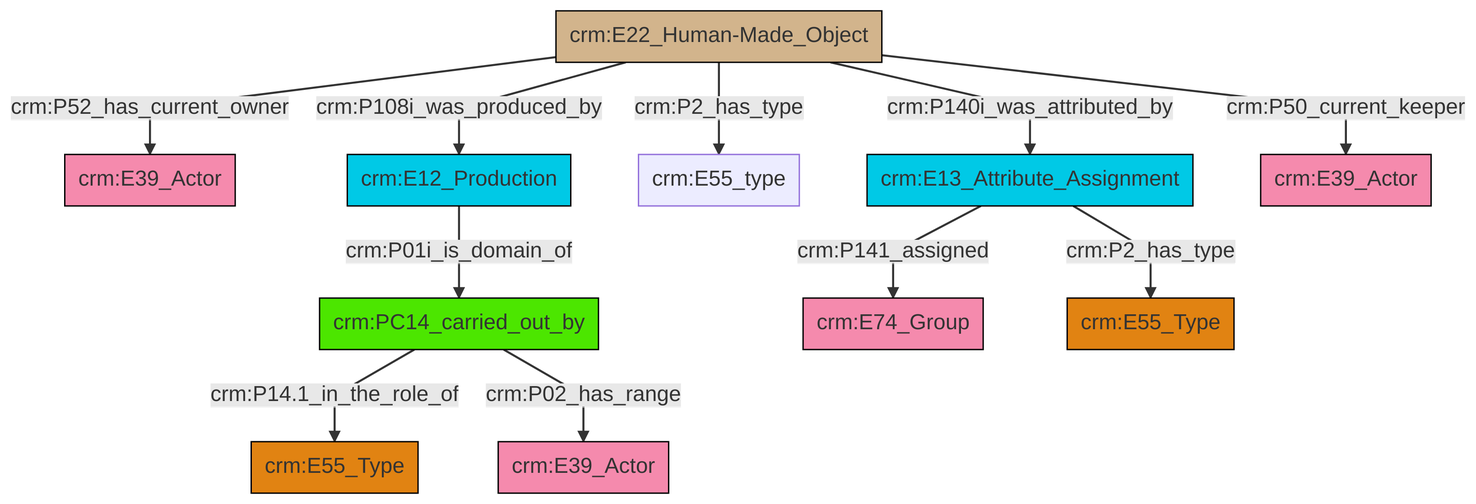
This is et/artworkCSV/ttl/mmd/png/Artwork_Actor_Relations.png from swiss-art-research-net/docs.swissartresearch, a Mermaid export, as it was before one commit. Its source is kept beside it as et/artworkCSV/ttl/mmd/Artwork_Actor_Relations.ttl.mmd.
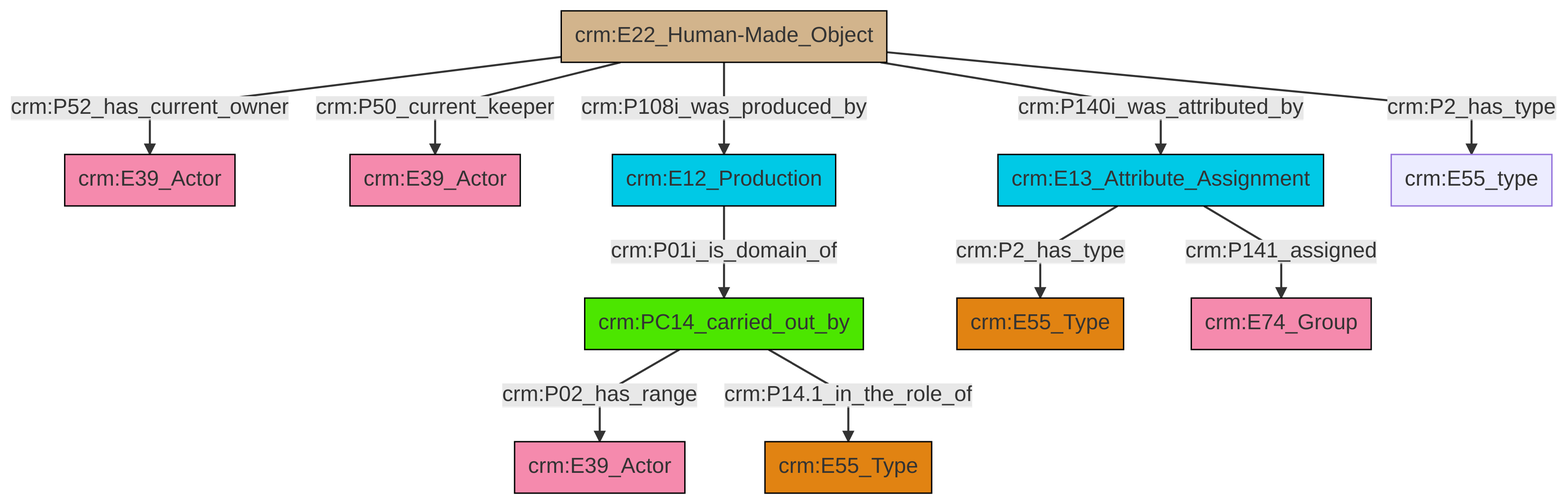
The same diagram one commit later.

What changed in the source:
```diff
@@ -13,13 +13,13 @@
 classDef PC_Classes fill:#4ce600, stroke:#000000;
 classDef Multi fill:#cccccc,stroke:#000000;
 
-10["crm:E13_Attribute_Assignment"]:::Temporal_Entity -->|crm:P2_has_type| 11["crm:E55_Type"]:::Type
-2["crm:PC14_carried_out_by"]:::PC_Classes -->|crm:P14.1_in_the_role_of| 8["crm:E55_Type"]:::Type
-0["crm:E22_Human-Made_Object"]:::Physical_Thing -->|crm:P140i_was_attributed_by| 10["crm:E13_Attribute_Assignment"]:::Temporal_Entity
-0["crm:E22_Human-Made_Object"]:::Physical_Thing -->|crm:P52_has_current_owner| 4["crm:E39_Actor"]:::Actor
-0["crm:E22_Human-Made_Object"]:::Physical_Thing -->|crm:P50_current_keeper| 20["crm:E39_Actor"]:::Actor
-2["crm:PC14_carried_out_by"]:::PC_Classes -->|crm:P02_has_range| 15["crm:E39_Actor"]:::Actor
-0["crm:E22_Human-Made_Object"]:::Physical_Thing -->|crm:P2_has_type| 12["crm:E55_type"]:::Default
-17["crm:E12_Production"]:::Temporal_Entity -->|crm:P01i_is_domain_of| 2["crm:PC14_carried_out_by"]:::PC_Classes
-0["crm:E22_Human-Made_Object"]:::Physical_Thing -->|crm:P108i_was_produced_by| 17["crm:E12_Production"]:::Temporal_Entity
-10["crm:E13_Attribute_Assignment"]:::Temporal_Entity -->|crm:P141_assigned| 6["crm:E74_Group"]:::Actor
+2["crm:E22_Human-Made_Object"]:::Physical_Thing -->|crm:P52_has_current_owner| 3["crm:E39_Actor"]:::Actor
+6["crm:PC14_carried_out_by"]:::PC_Classes -->|crm:P02_has_range| 7["crm:E39_Actor"]:::Actor
+2["crm:E22_Human-Made_Object"]:::Physical_Thing -->|crm:P50_current_keeper| 4["crm:E39_Actor"]:::Actor
+2["crm:E22_Human-Made_Object"]:::Physical_Thing -->|crm:P140i_was_attributed_by| 13["crm:E13_Attribute_Assignment"]:::Temporal_Entity
+13["crm:E13_Attribute_Assignment"]:::Temporal_Entity -->|crm:P2_has_type| 9["crm:E55_Type"]:::Type
+14["crm:E12_Production"]:::Temporal_Entity -->|crm:P01i_is_domain_of| 6["crm:PC14_carried_out_by"]:::PC_Classes
+2["crm:E22_Human-Made_Object"]:::Physical_Thing -->|crm:P108i_was_produced_by| 14["crm:E12_Production"]:::Temporal_Entity
+13["crm:E13_Attribute_Assignment"]:::Temporal_Entity -->|crm:P141_assigned| 18["crm:E74_Group"]:::Actor
+2["crm:E22_Human-Made_Object"]:::Physical_Thing -->|crm:P2_has_type| 16["crm:E55_type"]:::Default
+6["crm:PC14_carried_out_by"]:::PC_Classes -->|crm:P14.1_in_the_role_of| 0["crm:E55_Type"]:::Type
```
